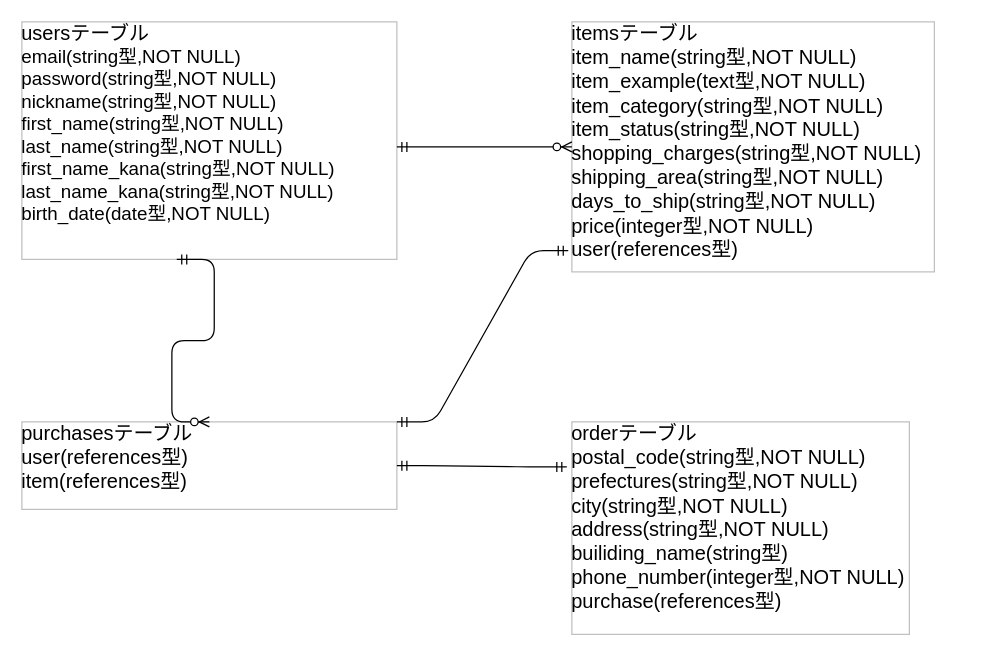
The draw.io diagram db_design.dio in SK045YXMR/furima-35393, before the edit. Source tidied: cells renumbered, new cells numbered last; positions are measured from the earlier drawing's top-left corner, leaving out a move shared by most shapes. Both pictures are drawn from the tidied source at 125%, with x=0, y=0 at pixel (21, 21).
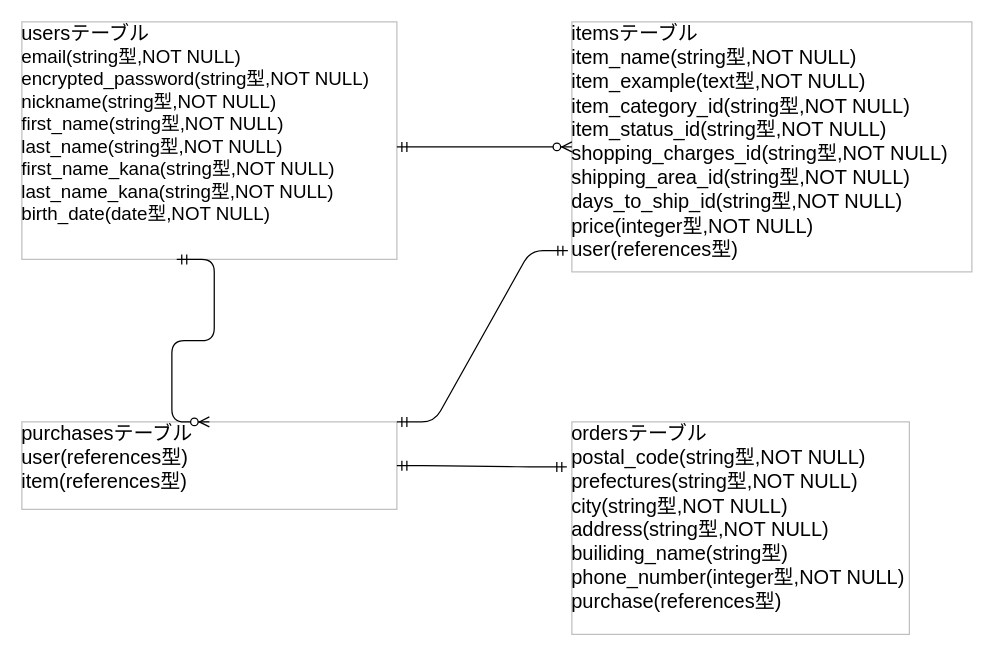
After the change.

Commit message (it also covers changes not shown here):
修正2:itemsテーブルのカラム名とデータ型の修正

The edit, as a diff of the source:
```diff
@@
 <mxGraphModel>
   <root>
     <mxCell id="0" />
     <mxCell id="1" parent="0" />
-    <mxCell id="2" value="&lt;font size=&quot;3&quot;&gt;usersテーブル&lt;/font&gt;&lt;br&gt;&lt;font style=&quot;font-size: 15px&quot;&gt;&lt;font style=&quot;font-size: 15px&quot;&gt;email(string型,NOT NULL)&lt;br&gt;password(string型,NOT NULL)&lt;br&gt;nickname(string型,NOT NULL)&lt;br&gt;&lt;font style=&quot;font-size: 15px&quot;&gt;first_name(string型,NOT NULL)&lt;/font&gt;&lt;br&gt;&lt;/font&gt;&lt;font style=&quot;font-size: 15px&quot;&gt;&lt;font style=&quot;font-size: 15px&quot;&gt;last_name(string型,NOT NULL)&lt;/font&gt;&lt;br&gt;&lt;/font&gt;&lt;font style=&quot;font-size: 15px&quot;&gt;first_name_kana(string型,NOT NULL)&lt;/font&gt;&lt;br&gt;&lt;font style=&quot;font-size: 15px&quot;&gt;last_name_kana(string型,NOT NULL)&lt;/font&gt;&lt;br&gt;&lt;/font&gt;&lt;font style=&quot;font-size: 15px&quot;&gt;&lt;font style=&quot;font-size: 15px&quot;&gt;birth_date(date型,NOT NULL)&lt;/font&gt;&lt;br&gt;&lt;br&gt;&lt;/font&gt;" style="text;html=1;strokeColor=#c0c0c0;fillColor=none;overflow=fill;" parent="1" vertex="1">
+    <mxCell id="2" value="&lt;font size=&quot;3&quot;&gt;usersテーブル&lt;/font&gt;&lt;br&gt;&lt;font&gt;&lt;font&gt;&lt;span style=&quot;font-size: 15px&quot;&gt;email(string型,NOT NULL)&lt;/span&gt;&lt;br&gt;&lt;/font&gt;&lt;font style=&quot;font-size: 15px&quot;&gt;encrypted_password(string型,NOT NULL)&lt;br&gt;nickname(string型,NOT NULL)&lt;br&gt;&lt;font style=&quot;font-size: 15px&quot;&gt;first_name(string型,NOT NULL)&lt;/font&gt;&lt;br&gt;&lt;/font&gt;&lt;font style=&quot;font-size: 15px&quot;&gt;&lt;font style=&quot;font-size: 15px&quot;&gt;last_name(string型,NOT NULL)&lt;/font&gt;&lt;br&gt;&lt;/font&gt;&lt;font style=&quot;font-size: 15px&quot;&gt;first_name_kana(string型,NOT NULL)&lt;/font&gt;&lt;br&gt;&lt;font style=&quot;font-size: 15px&quot;&gt;last_name_kana(string型,NOT NULL)&lt;/font&gt;&lt;br&gt;&lt;/font&gt;&lt;font style=&quot;font-size: 15px&quot;&gt;&lt;font style=&quot;font-size: 15px&quot;&gt;birth_date(date型,NOT NULL)&lt;/font&gt;&lt;br&gt;&lt;br&gt;&lt;/font&gt;" style="text;html=1;strokeColor=#c0c0c0;fillColor=none;overflow=fill;" parent="1" vertex="1">
       <mxGeometry width="300" height="190" as="geometry" />
     </mxCell>
-    <mxCell id="3" value="&lt;font size=&quot;3&quot;&gt;itemsテーブル&lt;br&gt;item_name(string型,NOT NULL)&lt;br&gt;item_example(text型,NOT NULL)&lt;br&gt;item_category(string型,NOT NULL)&lt;br&gt;item_status(string型,NOT NULL)&lt;br&gt;shopping_charges(string型,NOT NULL)&lt;br&gt;shipping_area(string型,NOT NULL)&lt;br&gt;days_to_ship(string型,NOT NULL)&lt;br&gt;price(integer型,NOT NULL)&lt;br&gt;user(references型)&lt;br&gt;&lt;br&gt;&lt;br&gt;&lt;br&gt;&lt;/font&gt;" style="text;html=1;strokeColor=#c0c0c0;fillColor=none;overflow=fill;" parent="1" vertex="1">
-      <mxGeometry x="440" width="290" height="200" as="geometry" />
+    <mxCell id="3" value="&lt;font size=&quot;3&quot;&gt;itemsテーブル&lt;br&gt;item_name(string型,NOT NULL)&lt;br&gt;item_example(text型,NOT NULL)&lt;br&gt;item_category_id(string型,NOT NULL)&lt;br&gt;item_status_id(string型,NOT NULL)&lt;br&gt;shopping_charges_id(string型,NOT NULL)&lt;br&gt;shipping_area_id(string型,NOT NULL)&lt;br&gt;days_to_ship_id(string型,NOT NULL)&lt;br&gt;price(integer型,NOT NULL)&lt;br&gt;user(references型)&lt;br&gt;&lt;br&gt;&lt;br&gt;&lt;br&gt;&lt;/font&gt;" style="text;html=1;strokeColor=#c0c0c0;fillColor=none;overflow=fill;" parent="1" vertex="1">
+      <mxGeometry x="440" width="320" height="200" as="geometry" />
     </mxCell>
     <mxCell id="4" value="&lt;font size=&quot;3&quot;&gt;purchasesテーブル&lt;br&gt;user(references型)&lt;br&gt;item(references型)&lt;br&gt;&lt;br&gt;&lt;br&gt;&lt;br&gt;&lt;br&gt;&lt;br&gt;&lt;br&gt;&lt;/font&gt;" style="text;html=1;strokeColor=#c0c0c0;fillColor=none;overflow=fill;" parent="1" vertex="1">
       <mxGeometry y="320" width="300" height="70" as="geometry" />
     </mxCell>
-    <mxCell id="5" value="&lt;font size=&quot;3&quot;&gt;orderテーブル&lt;br&gt;postal_code(string型,NOT NULL)&lt;br&gt;prefectures(string型,NOT NULL)&lt;br&gt;city(string型,NOT NULL)&lt;br&gt;address(string型,NOT NULL)&lt;br&gt;builiding_name(string型)&lt;br&gt;phone_number(integer型,NOT NULL)&lt;br&gt;purchase(references型)&lt;br&gt;&lt;br&gt;&lt;br&gt;&lt;br&gt;&lt;/font&gt;" style="text;html=1;strokeColor=#c0c0c0;fillColor=none;overflow=fill;" parent="1" vertex="1">
+    <mxCell id="5" value="&lt;font size=&quot;3&quot;&gt;ordersテーブル&lt;br&gt;postal_code(string型,NOT NULL)&lt;br&gt;prefectures(string型,NOT NULL)&lt;br&gt;city(string型,NOT NULL)&lt;br&gt;address(string型,NOT NULL)&lt;br&gt;builiding_name(string型)&lt;br&gt;phone_number(integer型,NOT NULL)&lt;br&gt;purchase(references型)&lt;br&gt;&lt;br&gt;&lt;br&gt;&lt;br&gt;&lt;/font&gt;" style="text;html=1;strokeColor=#c0c0c0;fillColor=none;overflow=fill;" parent="1" vertex="1">
       <mxGeometry x="440" y="320" width="270" height="170" as="geometry" />
     </mxCell>
     <mxCell id="6" style="edgeStyle=entityRelationEdgeStyle;fontSize=12;html=1;endArrow=ERzeroToMany;startArrow=ERmandOne;entryX=0;entryY=0.5;entryDx=0;entryDy=0;" parent="1" edge="1" target="3">
       <mxGeometry relative="1" as="geometry">
         <mxPoint x="300" y="100" as="sourcePoint" />
       </mxGeometry>
     </mxCell>
     <mxCell id="7" style="edgeStyle=entityRelationEdgeStyle;fontSize=12;html=1;endArrow=ERmandOne;startArrow=ERmandOne;exitX=1;exitY=0;exitDx=0;exitDy=0;entryX=-0.01;entryY=0.915;entryDx=0;entryDy=0;entryPerimeter=0;" parent="1" edge="1" source="4" target="3">
       <mxGeometry relative="1" as="geometry" />
     </mxCell>
     <mxCell id="8" style="edgeStyle=entityRelationEdgeStyle;fontSize=12;html=1;endArrow=ERmandOne;startArrow=ERmandOne;exitX=1;exitY=0.5;exitDx=0;exitDy=0;entryX=-0.015;entryY=0.212;entryDx=0;entryDy=0;entryPerimeter=0;" parent="1" edge="1" source="4" target="5">
       <mxGeometry relative="1" as="geometry" />
     </mxCell>
     <mxCell id="9" style="edgeStyle=entityRelationEdgeStyle;fontSize=12;html=1;endArrow=ERzeroToMany;startArrow=ERmandOne;exitX=0.413;exitY=1;exitDx=0;exitDy=0;exitPerimeter=0;entryX=0.5;entryY=0;entryDx=0;entryDy=0;" parent="1" edge="1" source="2" target="4">
       <mxGeometry relative="1" as="geometry" />
     </mxCell>
   </root>
 </mxGraphModel>
```
